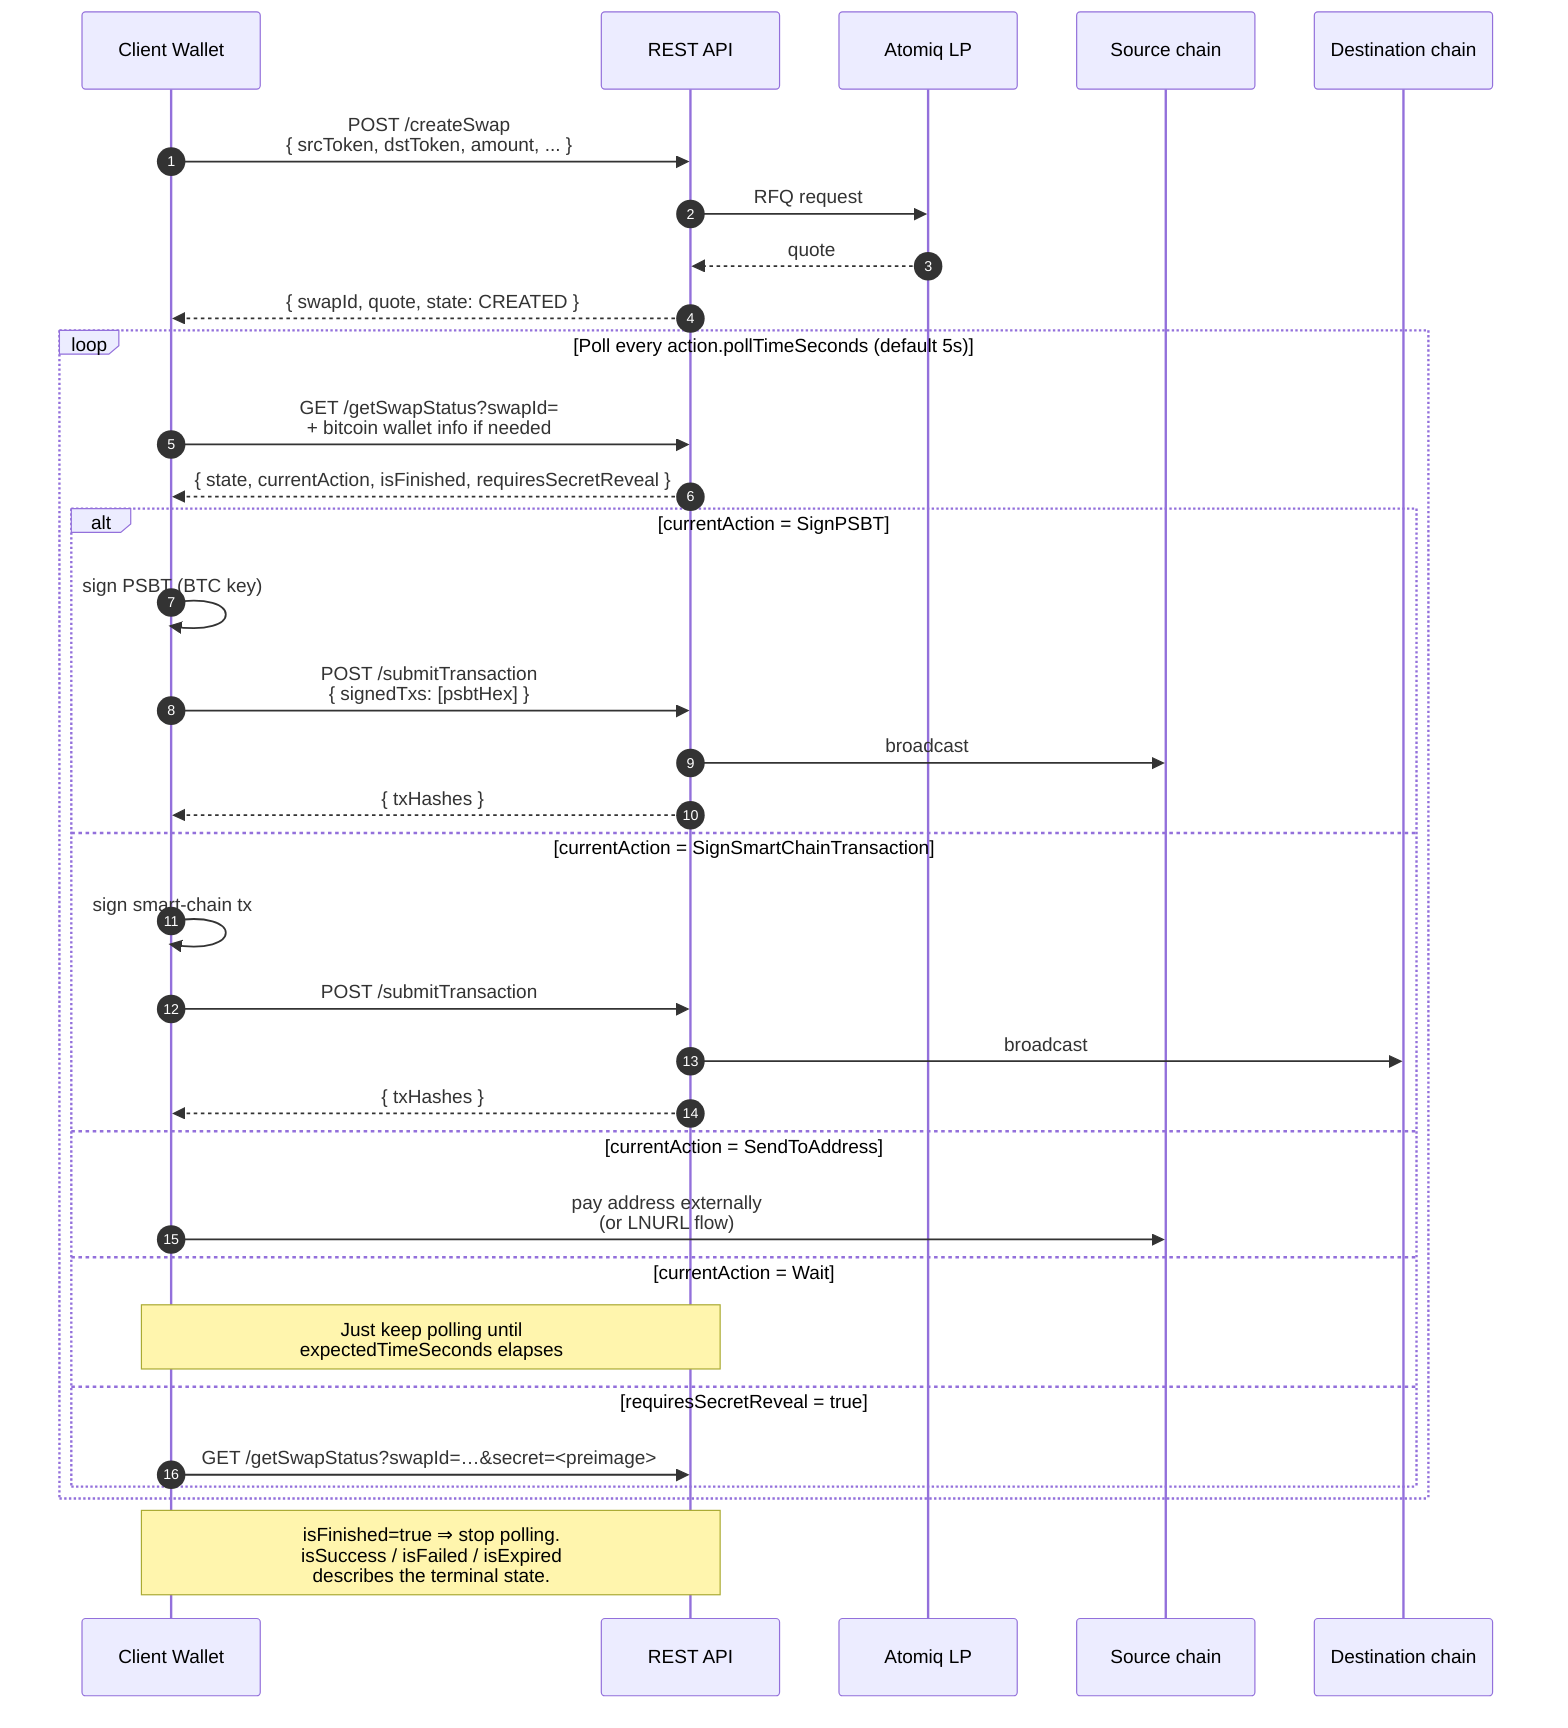
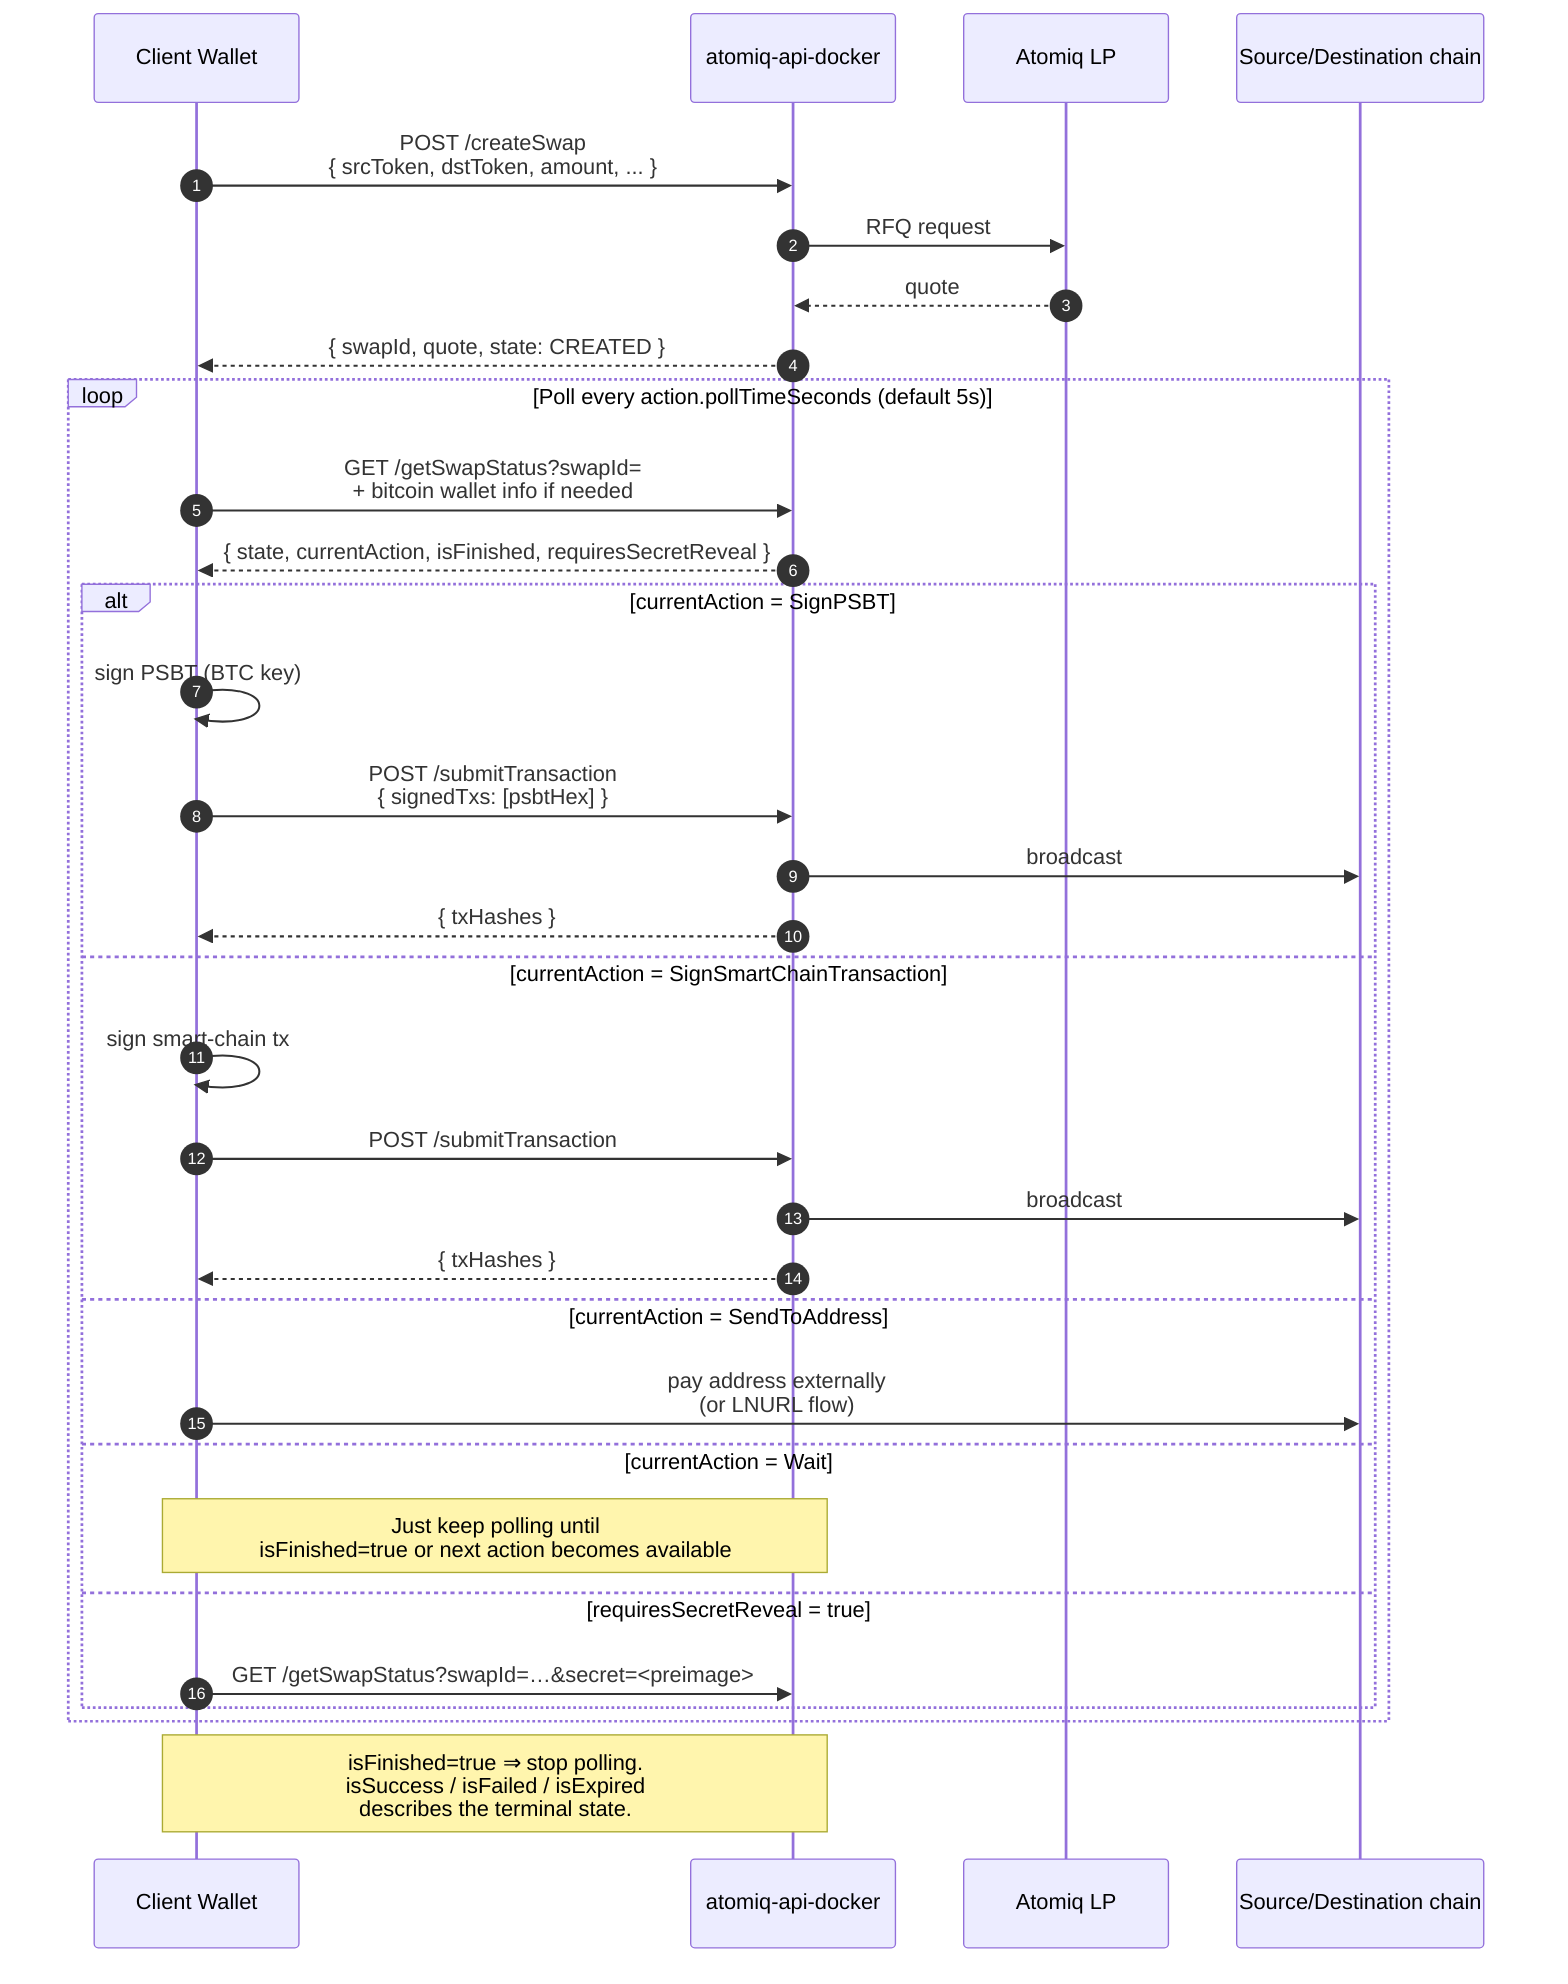
sequenceDiagram
    autonumber
    participant W as Client Wallet
-     participant A as REST API
+     participant A as atomiq-api-docker
    participant LP as Atomiq LP
-     participant C1 as Source chain
-     participant C2 as Destination chain
+     participant C as Source/Destination chain

    W->>A: POST /createSwap<br/>{ srcToken, dstToken, amount, ... }
    A->>LP: RFQ request
    LP-->>A: quote
    A-->>W: { swapId, quote, state: CREATED }

    loop Poll every action.pollTimeSeconds (default 5s)
        W->>A: GET /getSwapStatus?swapId=<br/>+ bitcoin wallet info if needed
        A-->>W: { state, currentAction, isFinished, requiresSecretReveal }

        alt currentAction = SignPSBT
            W->>W: sign PSBT (BTC key)
            W->>A: POST /submitTransaction<br/>{ signedTxs: [psbtHex] }
-             A->>C1: broadcast
+             A->>C: broadcast
            A-->>W: { txHashes }
        else currentAction = SignSmartChainTransaction
            W->>W: sign smart-chain tx
            W->>A: POST /submitTransaction
-             A->>C2: broadcast
+             A->>C: broadcast
            A-->>W: { txHashes }
        else currentAction = SendToAddress
-             W->>C1: pay address externally<br/>(or LNURL flow)
+             W->>C: pay address externally<br/>(or LNURL flow)
        else currentAction = Wait
-             Note over W,A: Just keep polling until<br/>expectedTimeSeconds elapses
+             Note over W,A: Just keep polling until<br/>isFinished=true or next action becomes available
        else requiresSecretReveal = true
            W->>A: GET /getSwapStatus?swapId=…&secret=<preimage>
        end
    end

    Note over W,A: isFinished=true ⇒ stop polling.<br/>isSuccess / isFailed / isExpired<br/>describes the terminal state.
